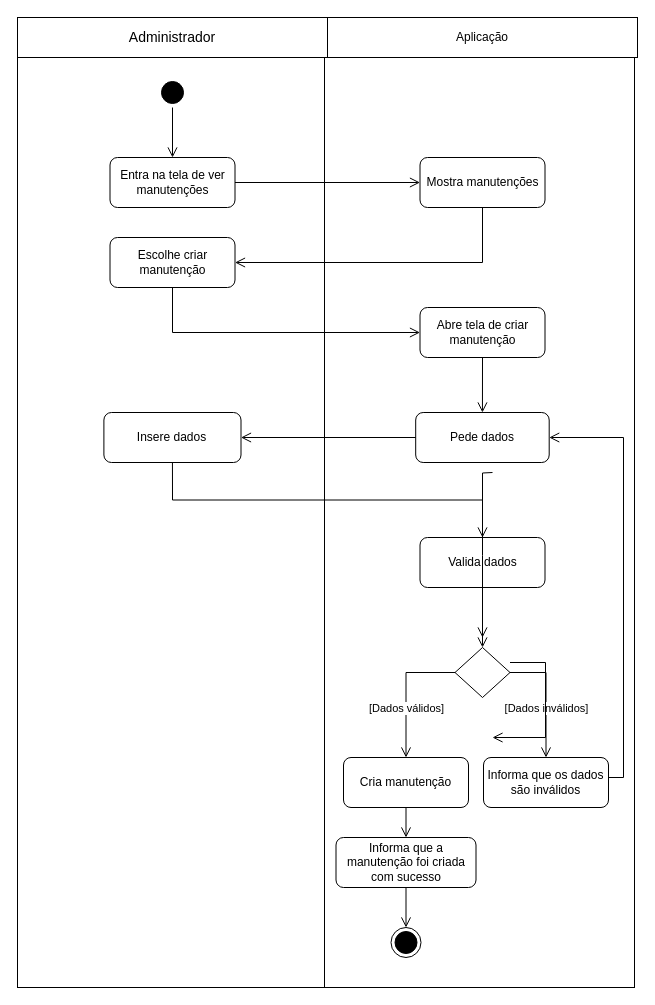
The draw.io diagram Diagramas/Eng_de_Software/Modelos/Atividade/Create_Manutencao.drawio in GabrielGMori/trabalho-conclus-o-ano, before the edit. Source tidied: cells renumbered, new cells numbered last; positions are measured from the earlier drawing's top-left corner, leaving out a move shared by most shapes. Both pictures are drawn from the tidied source at 100%, with x=0, y=0 at pixel (17, 17).
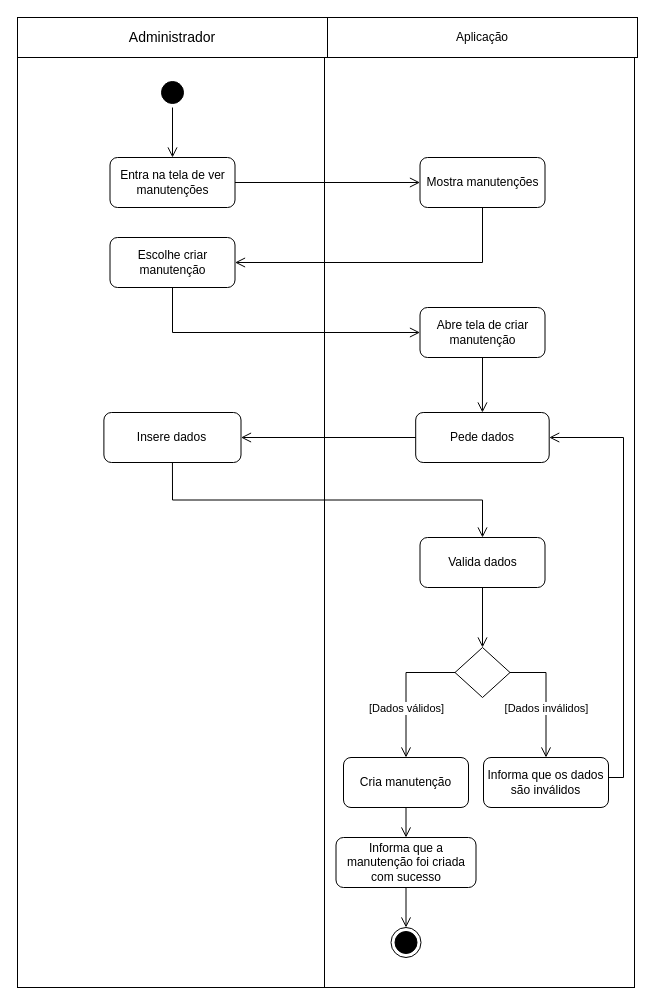
After the change.

Change to the diagram source:
```diff
@@
-    <mxCell id="34" style="edgeStyle=orthogonalEdgeStyle;html=1;verticalAlign=bottom;endArrow=open;endSize=8;strokeColor=#000000;rounded=0;entryX=0.5;entryY=0;entryDx=0;entryDy=0;exitX=1;exitY=0.5;exitDx=0;exitDy=0;" parent="1" edge="1">
-      <mxGeometry relative="1" as="geometry">
-        <mxPoint x="492.5" y="645" as="sourcePoint" />
-        <mxPoint x="475" y="720" as="targetPoint" />
-        <Array as="points">
-          <mxPoint x="528" y="645" />
-        </Array>
-      </mxGeometry>
-    </mxCell>
-    <mxCell id="35" style="edgeStyle=orthogonalEdgeStyle;html=1;verticalAlign=bottom;endArrow=open;endSize=8;strokeColor=#000000;rounded=0;exitX=0.5;exitY=1;exitDx=0;exitDy=0;entryX=0.5;entryY=0;entryDx=0;entryDy=0;" parent="1" edge="1">
-      <mxGeometry relative="1" as="geometry">
-        <mxPoint x="475" y="455" as="sourcePoint" />
-        <mxPoint x="465" y="620" as="targetPoint" />
-      </mxGeometry>
-    </mxCell>
```
